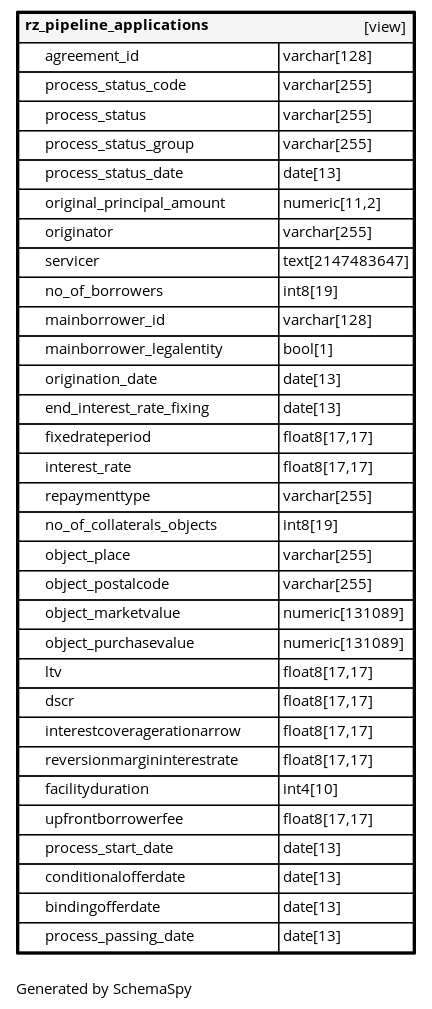
Above: db_standardzone_version01/diagrams/tables/rz_pipeline_applications.1degree.png in fyndoo/fyndoo.github.io (Graphviz), before the change. Its source is kept beside it as db_standardzone_version01/diagrams/tables/rz_pipeline_applications.1degree.dot.
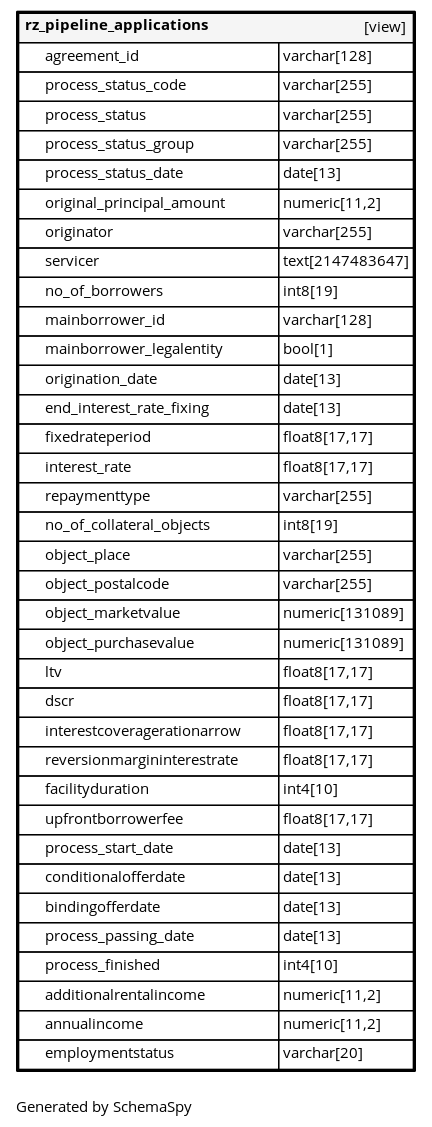
Above is the later version.

What changed in the source:
```diff
@@ -38,7 +38,7 @@
       <TR><TD PORT="fixedrateperiod" COLSPAN="2" ALIGN="LEFT"><TABLE BORDER="0" CELLSPACING="0" ALIGN="LEFT"><TR ALIGN="LEFT"><TD ALIGN="LEFT" FIXEDSIZE="TRUE" WIDTH="15" HEIGHT="16"></TD><TD ALIGN="LEFT" FIXEDSIZE="TRUE" WIDTH="174" HEIGHT="16">fixedrateperiod</TD></TR></TABLE></TD><TD PORT="fixedrateperiod.type" ALIGN="LEFT">float8[17,17]</TD></TR>
       <TR><TD PORT="interest_rate" COLSPAN="2" ALIGN="LEFT"><TABLE BORDER="0" CELLSPACING="0" ALIGN="LEFT"><TR ALIGN="LEFT"><TD ALIGN="LEFT" FIXEDSIZE="TRUE" WIDTH="15" HEIGHT="16"></TD><TD ALIGN="LEFT" FIXEDSIZE="TRUE" WIDTH="174" HEIGHT="16">interest_rate</TD></TR></TABLE></TD><TD PORT="interest_rate.type" ALIGN="LEFT">float8[17,17]</TD></TR>
       <TR><TD PORT="repaymenttype" COLSPAN="2" ALIGN="LEFT"><TABLE BORDER="0" CELLSPACING="0" ALIGN="LEFT"><TR ALIGN="LEFT"><TD ALIGN="LEFT" FIXEDSIZE="TRUE" WIDTH="15" HEIGHT="16"></TD><TD ALIGN="LEFT" FIXEDSIZE="TRUE" WIDTH="174" HEIGHT="16">repaymenttype</TD></TR></TABLE></TD><TD PORT="repaymenttype.type" ALIGN="LEFT">varchar[255]</TD></TR>
-      <TR><TD PORT="no_of_collaterals_objects" COLSPAN="2" ALIGN="LEFT"><TABLE BORDER="0" CELLSPACING="0" ALIGN="LEFT"><TR ALIGN="LEFT"><TD ALIGN="LEFT" FIXEDSIZE="TRUE" WIDTH="15" HEIGHT="16"></TD><TD ALIGN="LEFT" FIXEDSIZE="TRUE" WIDTH="174" HEIGHT="16">no_of_collaterals_objects</TD></TR></TABLE></TD><TD PORT="no_of_collaterals_objects.type" ALIGN="LEFT">int8[19]</TD></TR>
+      <TR><TD PORT="no_of_collateral_objects" COLSPAN="2" ALIGN="LEFT"><TABLE BORDER="0" CELLSPACING="0" ALIGN="LEFT"><TR ALIGN="LEFT"><TD ALIGN="LEFT" FIXEDSIZE="TRUE" WIDTH="15" HEIGHT="16"></TD><TD ALIGN="LEFT" FIXEDSIZE="TRUE" WIDTH="174" HEIGHT="16">no_of_collateral_objects</TD></TR></TABLE></TD><TD PORT="no_of_collateral_objects.type" ALIGN="LEFT">int8[19]</TD></TR>
       <TR><TD PORT="object_place" COLSPAN="2" ALIGN="LEFT"><TABLE BORDER="0" CELLSPACING="0" ALIGN="LEFT"><TR ALIGN="LEFT"><TD ALIGN="LEFT" FIXEDSIZE="TRUE" WIDTH="15" HEIGHT="16"></TD><TD ALIGN="LEFT" FIXEDSIZE="TRUE" WIDTH="174" HEIGHT="16">object_place</TD></TR></TABLE></TD><TD PORT="object_place.type" ALIGN="LEFT">varchar[255]</TD></TR>
       <TR><TD PORT="object_postalcode" COLSPAN="2" ALIGN="LEFT"><TABLE BORDER="0" CELLSPACING="0" ALIGN="LEFT"><TR ALIGN="LEFT"><TD ALIGN="LEFT" FIXEDSIZE="TRUE" WIDTH="15" HEIGHT="16"></TD><TD ALIGN="LEFT" FIXEDSIZE="TRUE" WIDTH="174" HEIGHT="16">object_postalcode</TD></TR></TABLE></TD><TD PORT="object_postalcode.type" ALIGN="LEFT">varchar[255]</TD></TR>
       <TR><TD PORT="object_marketvalue" COLSPAN="2" ALIGN="LEFT"><TABLE BORDER="0" CELLSPACING="0" ALIGN="LEFT"><TR ALIGN="LEFT"><TD ALIGN="LEFT" FIXEDSIZE="TRUE" WIDTH="15" HEIGHT="16"></TD><TD ALIGN="LEFT" FIXEDSIZE="TRUE" WIDTH="174" HEIGHT="16">object_marketvalue</TD></TR></TABLE></TD><TD PORT="object_marketvalue.type" ALIGN="LEFT">numeric[131089]</TD></TR>
@@ -53,6 +53,10 @@
       <TR><TD PORT="conditionalofferdate" COLSPAN="2" ALIGN="LEFT"><TABLE BORDER="0" CELLSPACING="0" ALIGN="LEFT"><TR ALIGN="LEFT"><TD ALIGN="LEFT" FIXEDSIZE="TRUE" WIDTH="15" HEIGHT="16"></TD><TD ALIGN="LEFT" FIXEDSIZE="TRUE" WIDTH="174" HEIGHT="16">conditionalofferdate</TD></TR></TABLE></TD><TD PORT="conditionalofferdate.type" ALIGN="LEFT">date[13]</TD></TR>
       <TR><TD PORT="bindingofferdate" COLSPAN="2" ALIGN="LEFT"><TABLE BORDER="0" CELLSPACING="0" ALIGN="LEFT"><TR ALIGN="LEFT"><TD ALIGN="LEFT" FIXEDSIZE="TRUE" WIDTH="15" HEIGHT="16"></TD><TD ALIGN="LEFT" FIXEDSIZE="TRUE" WIDTH="174" HEIGHT="16">bindingofferdate</TD></TR></TABLE></TD><TD PORT="bindingofferdate.type" ALIGN="LEFT">date[13]</TD></TR>
       <TR><TD PORT="process_passing_date" COLSPAN="2" ALIGN="LEFT"><TABLE BORDER="0" CELLSPACING="0" ALIGN="LEFT"><TR ALIGN="LEFT"><TD ALIGN="LEFT" FIXEDSIZE="TRUE" WIDTH="15" HEIGHT="16"></TD><TD ALIGN="LEFT" FIXEDSIZE="TRUE" WIDTH="174" HEIGHT="16">process_passing_date</TD></TR></TABLE></TD><TD PORT="process_passing_date.type" ALIGN="LEFT">date[13]</TD></TR>
+      <TR><TD PORT="process_finished" COLSPAN="2" ALIGN="LEFT"><TABLE BORDER="0" CELLSPACING="0" ALIGN="LEFT"><TR ALIGN="LEFT"><TD ALIGN="LEFT" FIXEDSIZE="TRUE" WIDTH="15" HEIGHT="16"></TD><TD ALIGN="LEFT" FIXEDSIZE="TRUE" WIDTH="174" HEIGHT="16">process_finished</TD></TR></TABLE></TD><TD PORT="process_finished.type" ALIGN="LEFT">int4[10]</TD></TR>
+      <TR><TD PORT="additionalrentalincome" COLSPAN="2" ALIGN="LEFT"><TABLE BORDER="0" CELLSPACING="0" ALIGN="LEFT"><TR ALIGN="LEFT"><TD ALIGN="LEFT" FIXEDSIZE="TRUE" WIDTH="15" HEIGHT="16"></TD><TD ALIGN="LEFT" FIXEDSIZE="TRUE" WIDTH="174" HEIGHT="16">additionalrentalincome</TD></TR></TABLE></TD><TD PORT="additionalrentalincome.type" ALIGN="LEFT">numeric[11,2]</TD></TR>
+      <TR><TD PORT="annualincome" COLSPAN="2" ALIGN="LEFT"><TABLE BORDER="0" CELLSPACING="0" ALIGN="LEFT"><TR ALIGN="LEFT"><TD ALIGN="LEFT" FIXEDSIZE="TRUE" WIDTH="15" HEIGHT="16"></TD><TD ALIGN="LEFT" FIXEDSIZE="TRUE" WIDTH="174" HEIGHT="16">annualincome</TD></TR></TABLE></TD><TD PORT="annualincome.type" ALIGN="LEFT">numeric[11,2]</TD></TR>
+      <TR><TD PORT="employmentstatus" COLSPAN="2" ALIGN="LEFT"><TABLE BORDER="0" CELLSPACING="0" ALIGN="LEFT"><TR ALIGN="LEFT"><TD ALIGN="LEFT" FIXEDSIZE="TRUE" WIDTH="15" HEIGHT="16"></TD><TD ALIGN="LEFT" FIXEDSIZE="TRUE" WIDTH="174" HEIGHT="16">employmentstatus</TD></TR></TABLE></TD><TD PORT="employmentstatus.type" ALIGN="LEFT">varchar[20]</TD></TR>
     </TABLE>>
     URL="rz_pipeline_applications.html"
     target="_top"
```
